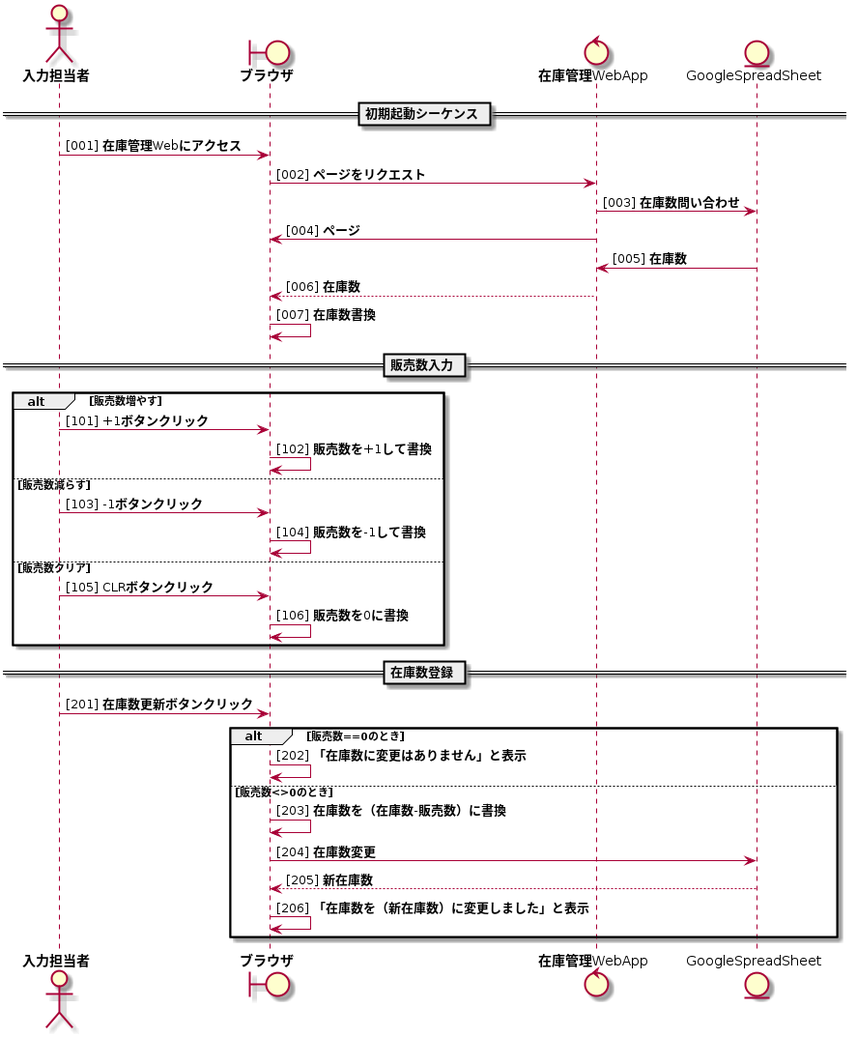
CodeforSusono/GAS_BentoStockApp keeps this PlantUML diagram as doc/out/sequence_overview.png. Above is the earlier version.
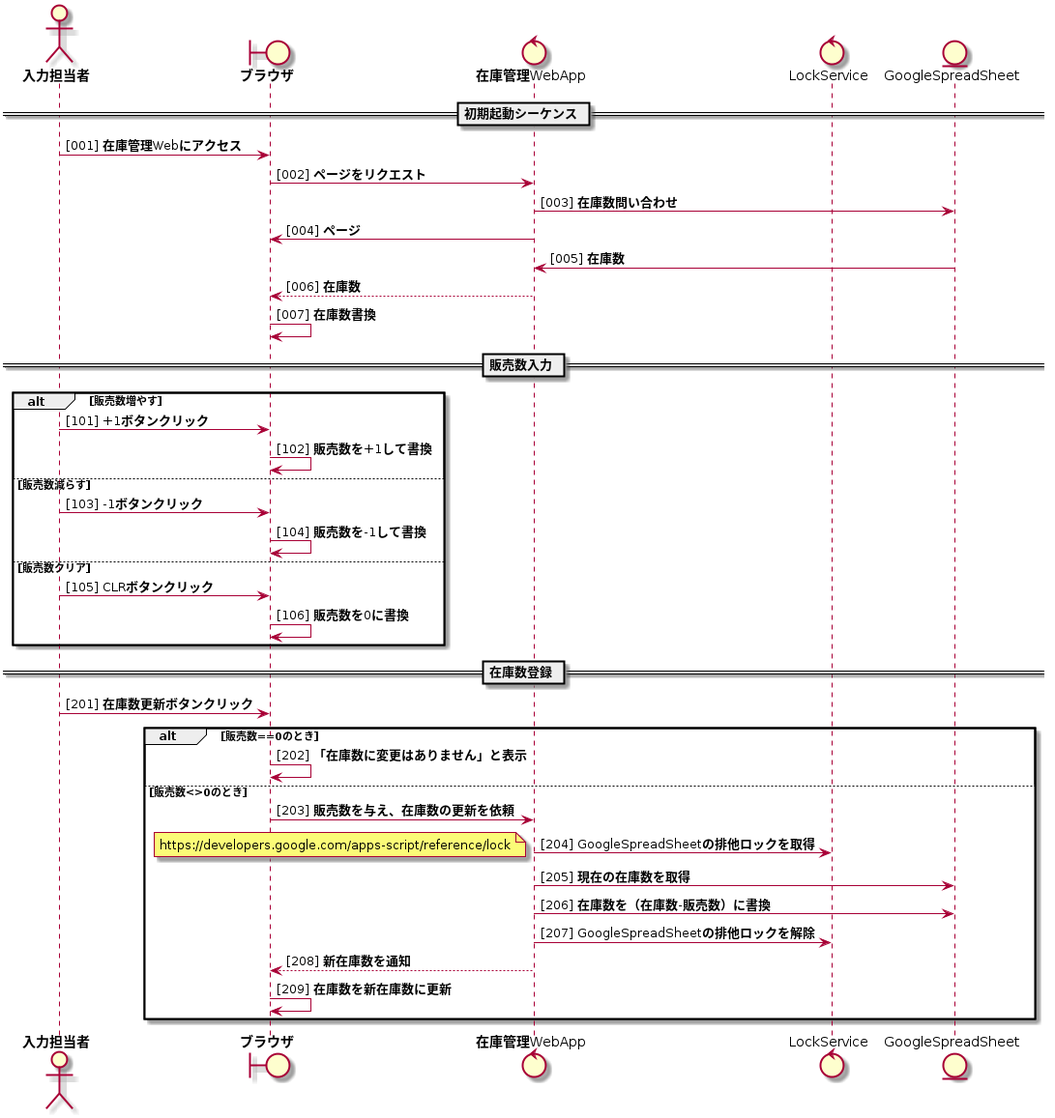
After the commit.

Commit message:
排他ロックを導入（commit やり直し）

Diff of the diagram source:
```diff
@@ -2,6 +2,7 @@
 actor 入力担当者
 boundary ブラウザ
 control 在庫管理WebApp
+control LockService
 entity GoogleSpreadSheet
 
 == 初期起動シーケンス ==
@@ -34,10 +35,16 @@
 alt 販売数==0のとき
 ブラウザ -> ブラウザ : 「在庫数に変更はありません」と表示
 else 販売数<>0のとき
-ブラウザ -> ブラウザ : 在庫数を（在庫数-販売数）に書換
-ブラウザ -> GoogleSpreadSheet : 在庫数変更
-GoogleSpreadSheet --> ブラウザ : 新在庫数
-ブラウザ -> ブラウザ : 「在庫数を（新在庫数）に変更しました」と表示
+ブラウザ -> 在庫管理WebApp : 販売数を与え、在庫数の更新を依頼
+在庫管理WebApp -> LockService : GoogleSpreadSheetの排他ロックを取得
+note left
+  https://developers.google.com/apps-script/reference/lock
+end note
+在庫管理WebApp -> GoogleSpreadSheet : 現在の在庫数を取得
+在庫管理WebApp -> GoogleSpreadSheet : 在庫数を（在庫数-販売数）に書換
+在庫管理WebApp -> LockService : GoogleSpreadSheetの排他ロックを解除
+在庫管理WebApp  --> ブラウザ : 新在庫数を通知
+ブラウザ -> ブラウザ : 在庫数を新在庫数に更新
 end
 
 @enduml
```
